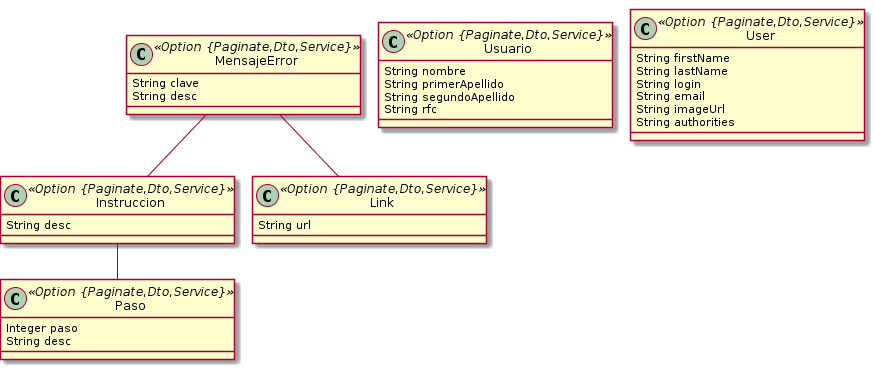
Earlier version of the PlantUML export entities.png (salsa-community/kbase).
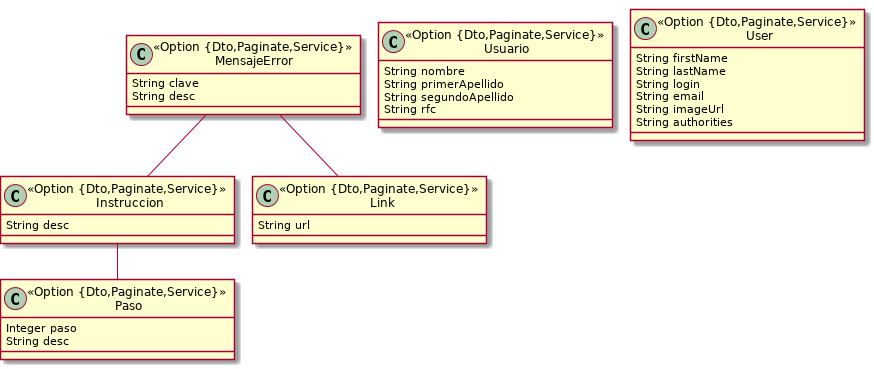
After the commit.

What changed in the source:
```diff
@@ -1,21 +1,21 @@
 @startuml
 	!pragma graphviz_dot jdot
 	!pragma syntax class
-	class MensajeError <<Option {Paginate,Dto,Service}>> {
+	class MensajeError <<Option {Dto,Paginate,Service}>> {
 		String clave
 		String desc
 	}
-	class Instruccion <<Option {Paginate,Dto,Service}>> {
+	class Instruccion <<Option {Dto,Paginate,Service}>> {
 		String desc
 	}
-	class Link <<Option {Paginate,Dto,Service}>> {
+	class Link <<Option {Dto,Paginate,Service}>> {
 		String url
 	}
-	class Paso <<Option {Paginate,Dto,Service}>> {
+	class Paso <<Option {Dto,Paginate,Service}>> {
 		Integer paso
 		String desc
 	}
-	class Usuario <<Option {Paginate,Dto,Service}>> {
+	class Usuario <<Option {Dto,Paginate,Service}>> {
 		String nombre
 		String primerApellido
 		String segundoApellido
@@ -24,7 +24,7 @@
 	MensajeError  "instruccion 0..1 " -- "0..1 "  Instruccion
 	MensajeError  "links 0..1 " --o "0..* "  Link
 	Instruccion  "pasos 0..1 " --o "0..* "  Paso
-	class User <<Option {Paginate,Dto,Service}>> {
+	class User <<Option {Dto,Paginate,Service}>> {
 		String firstName
 		String lastName
 		String login
```
